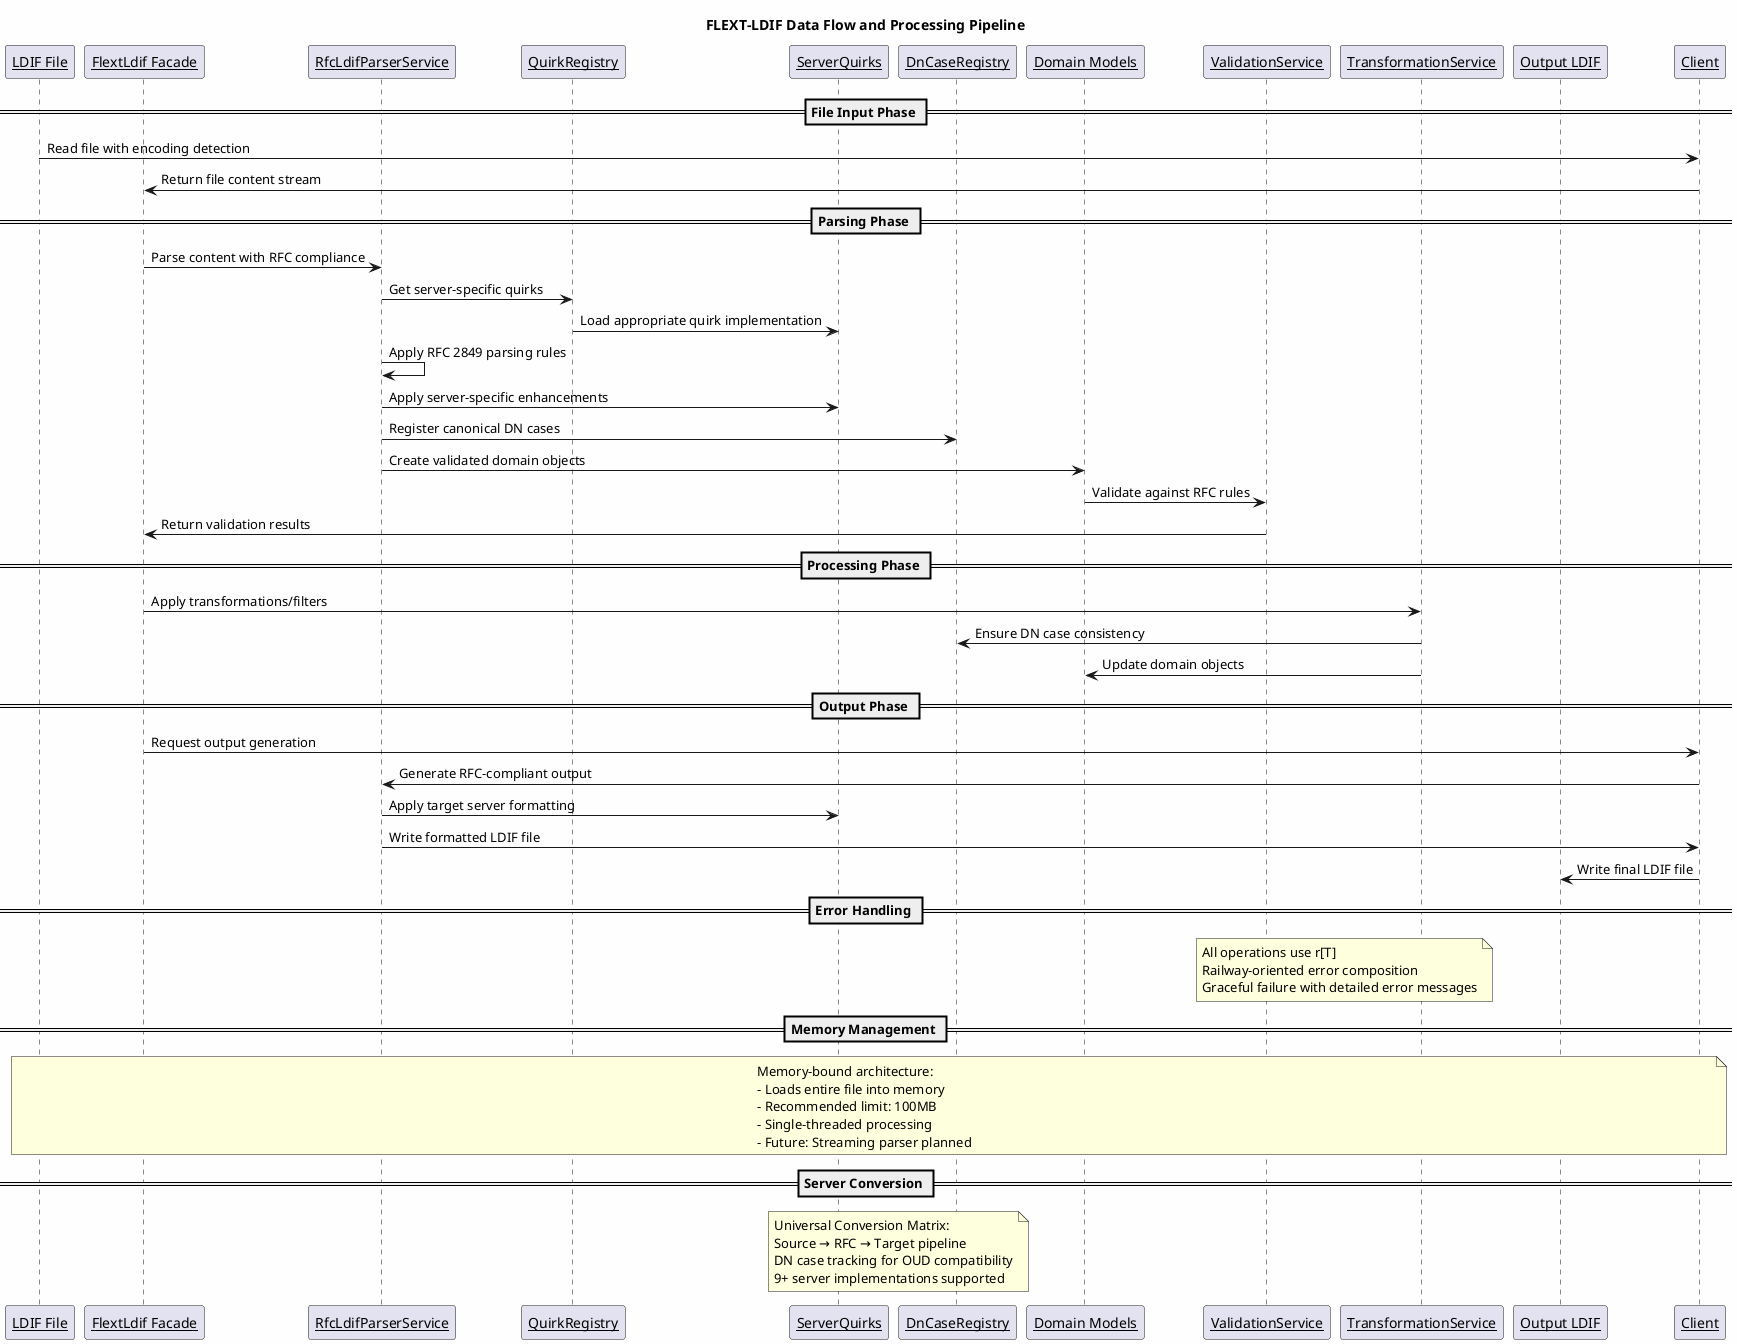
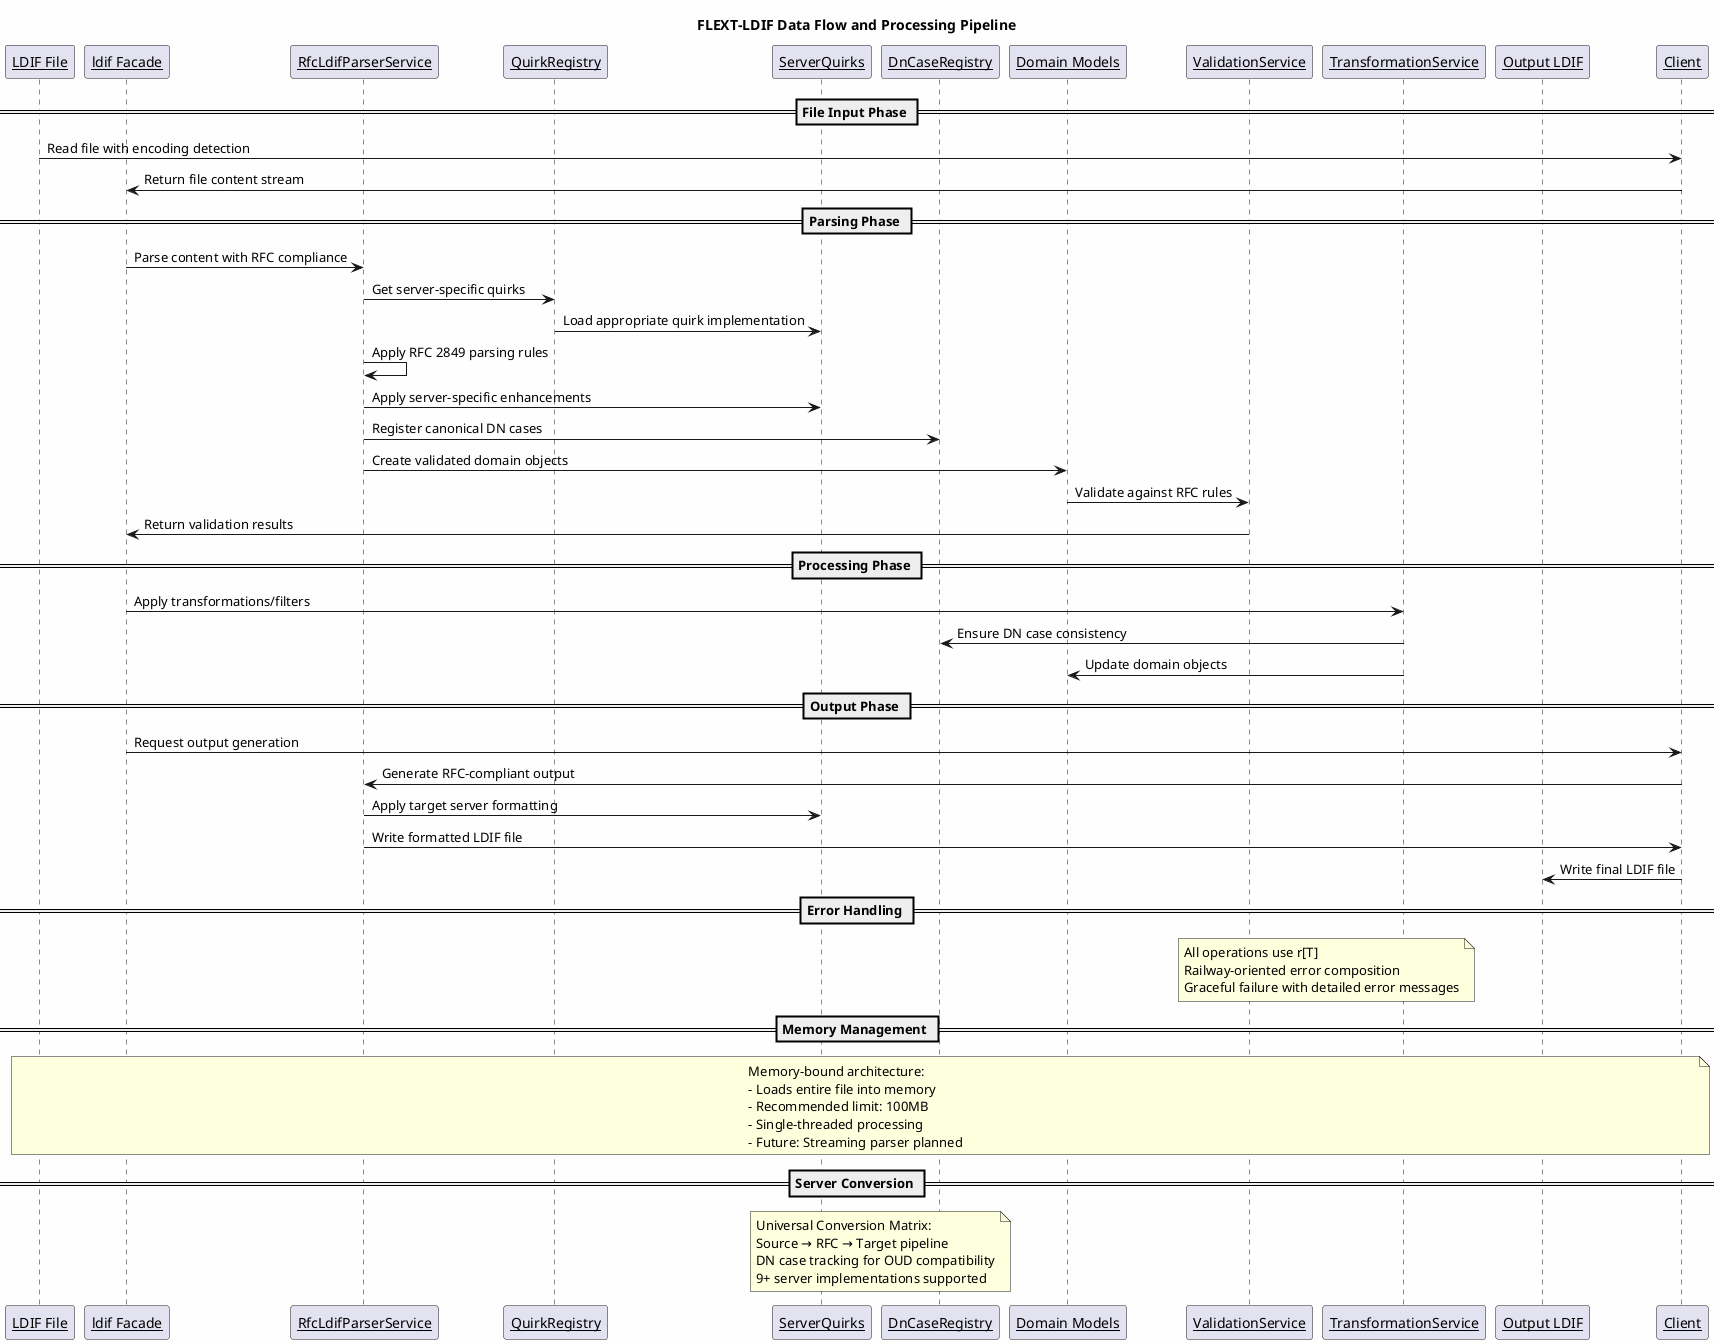
@startuml FLEXT-LDIF Data Flow Architecture

title FLEXT-LDIF Data Flow and Processing Pipeline

skinparam backgroundColor #FEFEFE
skinparam sequenceParticipant underline

participant "LDIF File" as File
- participant "FlextLdif Facade" as Facade
+ participant "ldif Facade" as Facade
participant "RfcLdifParserService" as Parser
participant "QuirkRegistry" as Registry
participant "ServerQuirks" as Quirks
participant "DnCaseRegistry" as DnRegistry
participant "Domain Models" as Models
participant "ValidationService" as Validator
participant "TransformationService" as Transformer
participant "Output LDIF" as Output

== File Input Phase ==
File -> Client: Read file with encoding detection
Client -> Facade: Return file content stream

== Parsing Phase ==
Facade -> Parser: Parse content with RFC compliance
Parser -> Registry: Get server-specific quirks
Registry -> Quirks: Load appropriate quirk implementation

Parser -> Parser: Apply RFC 2849 parsing rules
Parser -> Quirks: Apply server-specific enhancements
Parser -> DnRegistry: Register canonical DN cases

Parser -> Models: Create validated domain objects
Models -> Validator: Validate against RFC rules
Validator -> Facade: Return validation results

== Processing Phase ==
Facade -> Transformer: Apply transformations/filters
Transformer -> DnRegistry: Ensure DN case consistency
Transformer -> Models: Update domain objects

== Output Phase ==
Facade -> Client: Request output generation
Client -> Parser: Generate RFC-compliant output
Parser -> Quirks: Apply target server formatting
Parser -> Client: Write formatted LDIF file

Client -> Output: Write final LDIF file

== Error Handling ==
note over Validator, Transformer
    All operations use r[T]
    Railway-oriented error composition
    Graceful failure with detailed error messages
end note

== Memory Management ==
note over File, Client
    Memory-bound architecture:
    - Loads entire file into memory
    - Recommended limit: 100MB
    - Single-threaded processing
    - Future: Streaming parser planned
end note

== Server Conversion ==
note over Quirks, DnRegistry
    Universal Conversion Matrix:
    Source → RFC → Target pipeline
    DN case tracking for OUD compatibility
    9+ server implementations supported
end note

@enduml
